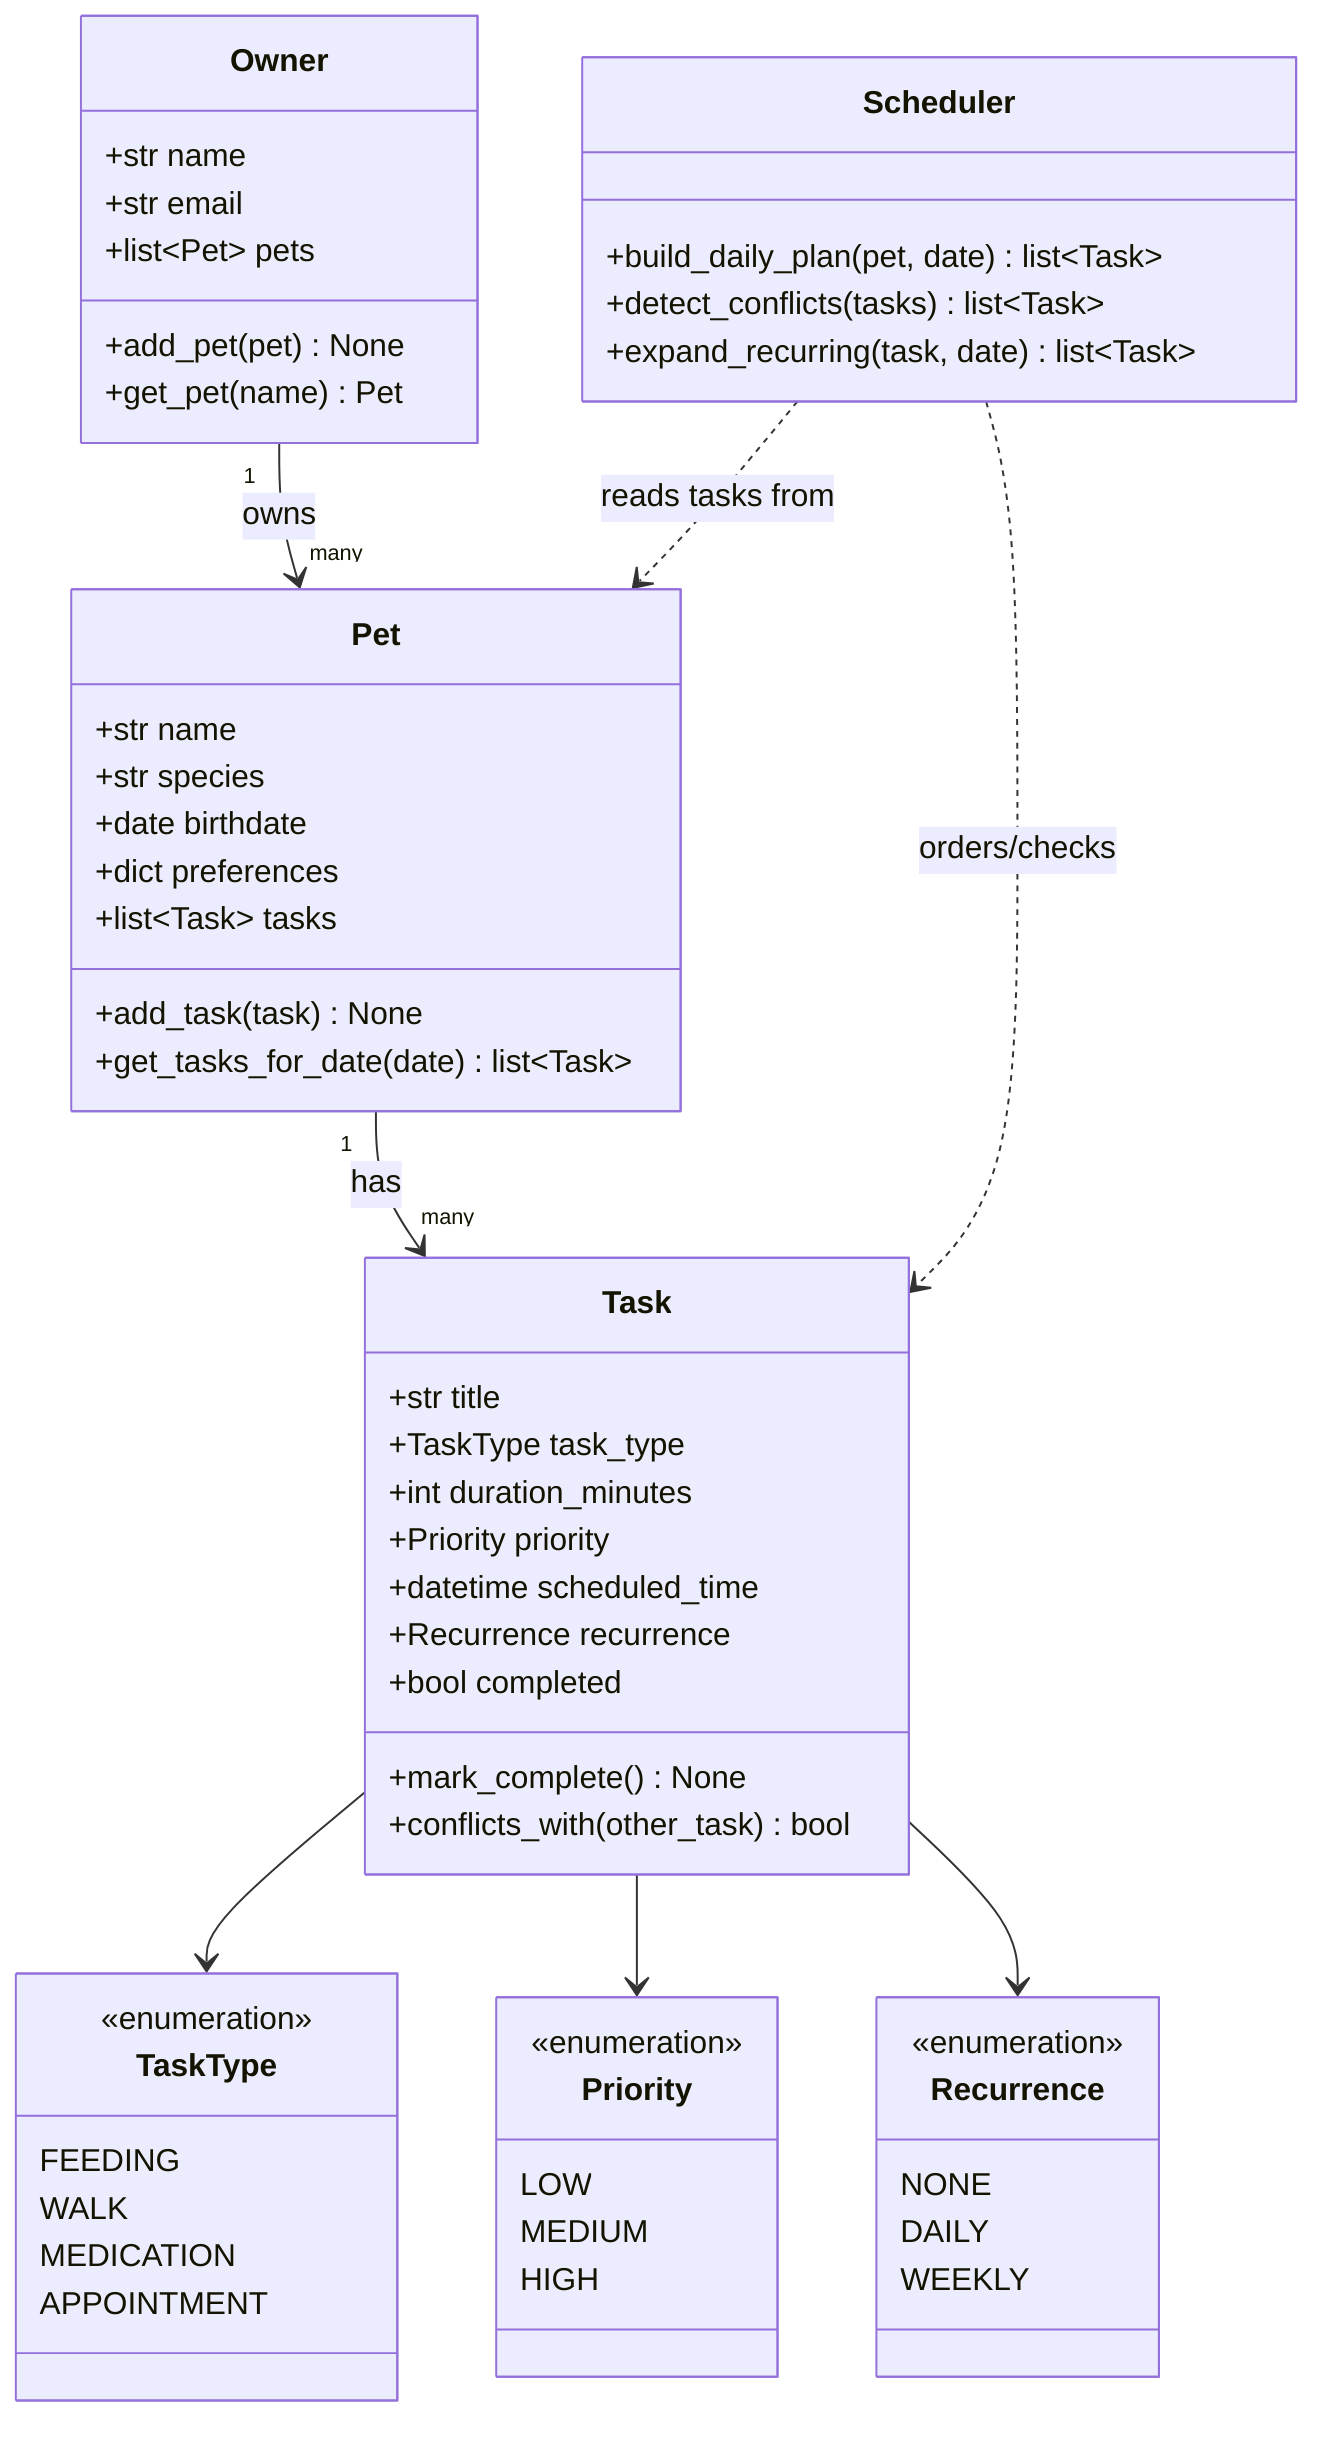
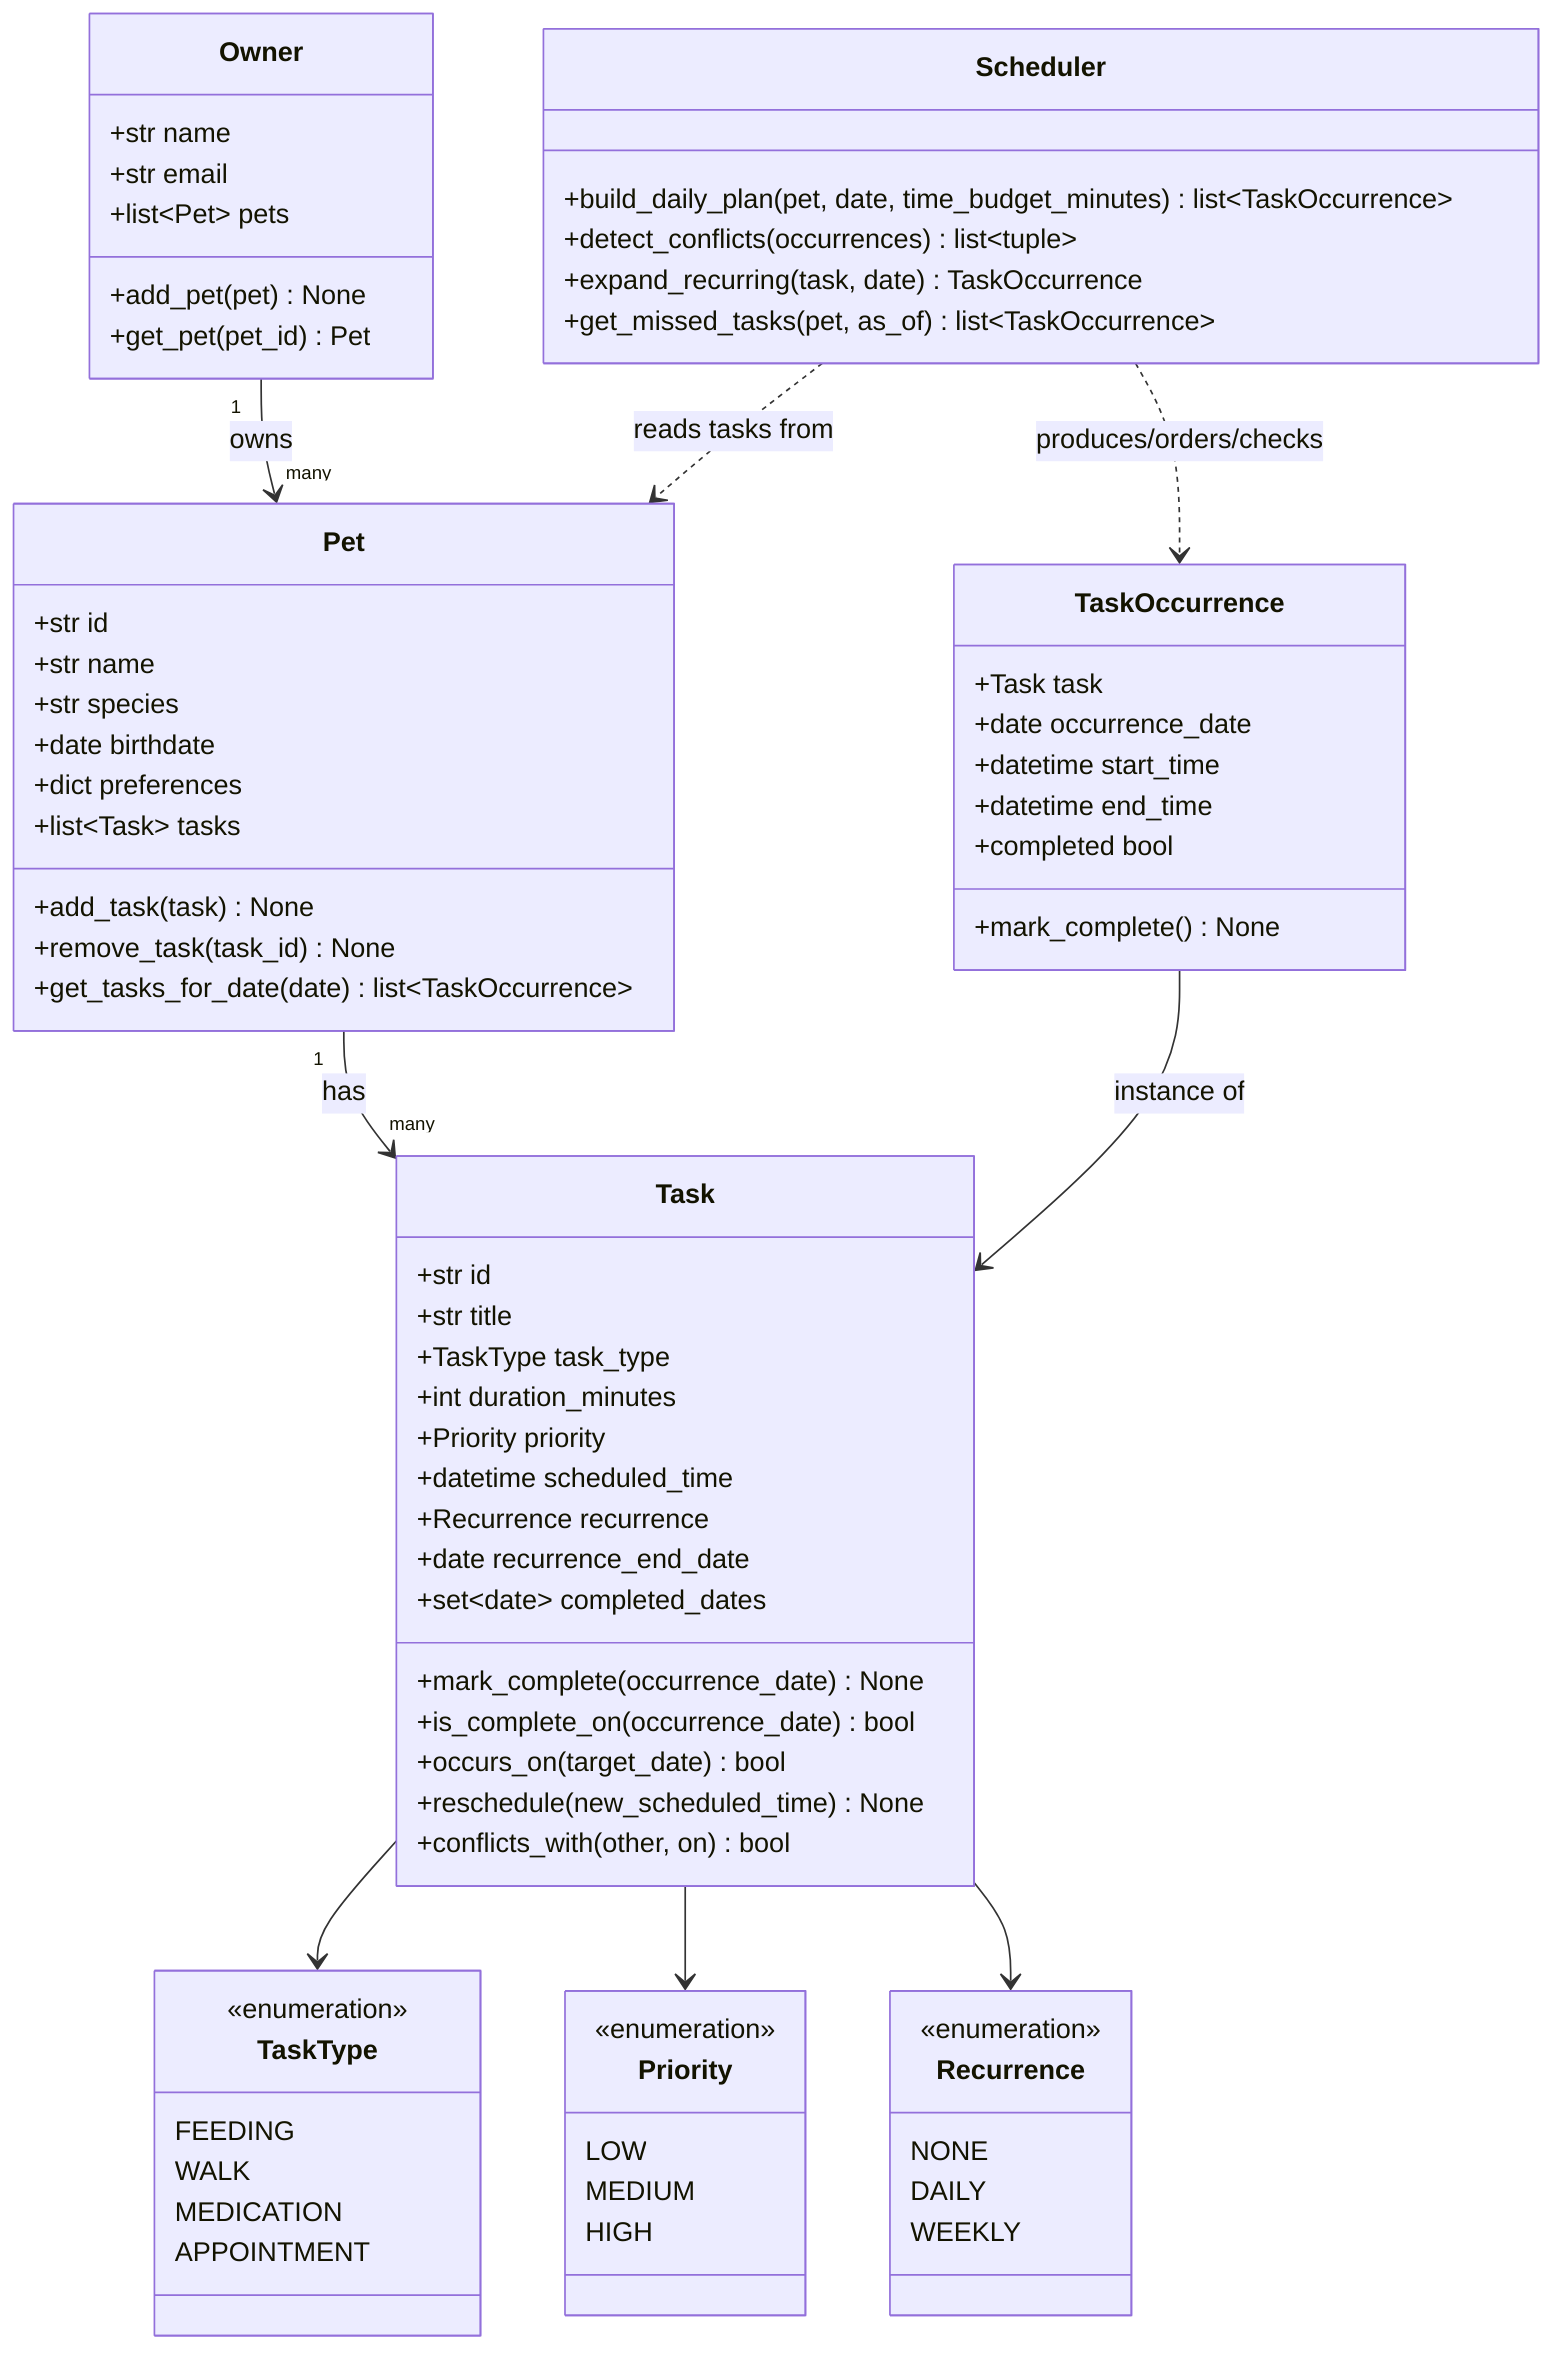
classDiagram
    class Owner {
        +str name
        +str email
        +list~Pet~ pets
        +add_pet(pet) None
-         +get_pet(name) Pet
+         +get_pet(pet_id) Pet
    }

    class Pet {
+         +str id
        +str name
        +str species
        +date birthdate
        +dict preferences
        +list~Task~ tasks
        +add_task(task) None
-         +get_tasks_for_date(date) list~Task~
+         +remove_task(task_id) None
+         +get_tasks_for_date(date) list~TaskOccurrence~
    }

    class Task {
+         +str id
        +str title
        +TaskType task_type
        +int duration_minutes
        +Priority priority
        +datetime scheduled_time
        +Recurrence recurrence
-         +bool completed
+         +date recurrence_end_date
+         +set~date~ completed_dates
+         +mark_complete(occurrence_date) None
+         +is_complete_on(occurrence_date) bool
+         +occurs_on(target_date) bool
+         +reschedule(new_scheduled_time) None
+         +conflicts_with(other, on) bool
+     }
+ 
+     class TaskOccurrence {
+         +Task task
+         +date occurrence_date
+         +datetime start_time
+         +datetime end_time
+         +completed bool
        +mark_complete() None
-         +conflicts_with(other_task) bool
    }

    class TaskType {
        <<enumeration>>
        FEEDING
        WALK
        MEDICATION
        APPOINTMENT
    }

    class Priority {
        <<enumeration>>
        LOW
        MEDIUM
        HIGH
    }

    class Recurrence {
        <<enumeration>>
        NONE
        DAILY
        WEEKLY
    }

    class Scheduler {
-         +build_daily_plan(pet, date) list~Task~
-         +detect_conflicts(tasks) list~Task~
-         +expand_recurring(task, date) list~Task~
+         +build_daily_plan(pet, date, time_budget_minutes) list~TaskOccurrence~
+         +detect_conflicts(occurrences) list~tuple~
+         +expand_recurring(task, date) TaskOccurrence
+         +get_missed_tasks(pet, as_of) list~TaskOccurrence~
    }

    Owner "1" --> "many" Pet : owns
    Pet "1" --> "many" Task : has
    Task --> TaskType
    Task --> Priority
    Task --> Recurrence
+     TaskOccurrence --> Task : instance of
    Scheduler ..> Pet : reads tasks from
-     Scheduler ..> Task : orders/checks
+     Scheduler ..> TaskOccurrence : produces/orders/checks
